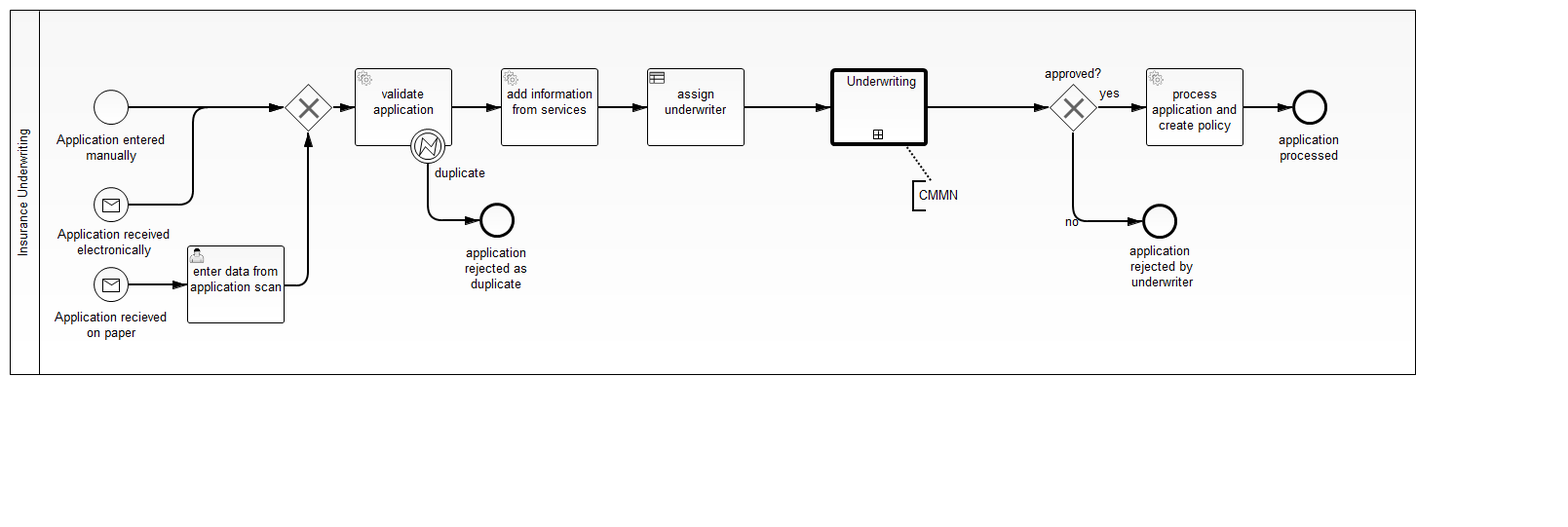
This is showcases/underwriting/src/main/resources/underwriting-process.png from camunda-consulting/camunda-7-code-examples, a BPMN export, as it was before one commit. Its source is kept beside it as showcases/underwriting/src/main/resources/underwriting-process.bpmn. Ids are renumbered.
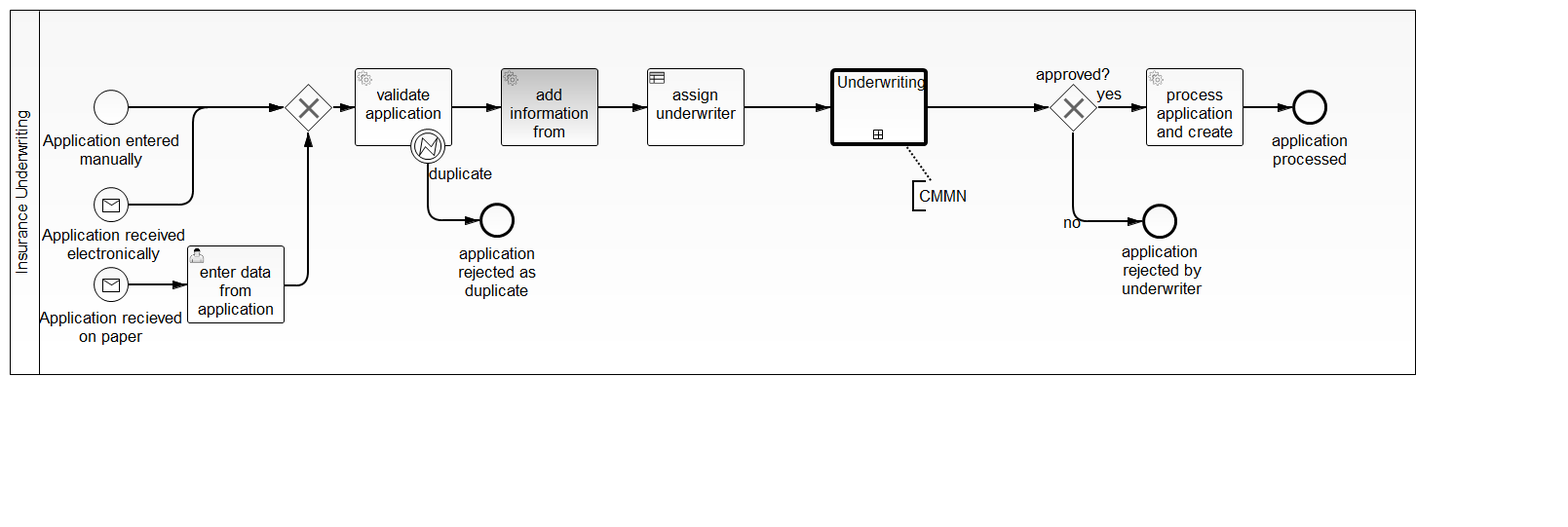
The same diagram one commit later.

Diff of the diagram source:
```diff
@@ -34,7 +34,7 @@
       <bpmn2:incoming>SequenceFlow_6</bpmn2:incoming>
     </bpmn2:endEvent>
     <bpmn2:sequenceFlow id="SequenceFlow_6" name="" sourceRef="BoundaryEvent_1" targetRef="endEventApplicationRejectedDuplicate"/>
-    <bpmn2:serviceTask id="userTaskReviewData" camunda:assignee="demo" camunda:class="com.camunda.demo.underwriting.adapter.LoggerDelegate" name="add information from services">
+    <bpmn2:serviceTask id="userTaskReviewData" camunda:assignee="demo" camunda:class="com.camunda.demo.underwriting.adapter.LoggerDelegate" camunda:async="true" name="add information from services">
       <bpmn2:incoming>SequenceFlow_7</bpmn2:incoming>
       <bpmn2:outgoing>SequenceFlow_8</bpmn2:outgoing>
     </bpmn2:serviceTask>
@@ -71,7 +71,13 @@
     <bpmn2:sequenceFlow id="SequenceFlow_4" name="" sourceRef="ServiceTask_1" targetRef="endEventApplicationProcessed"/>
     <bpmn2:sequenceFlow id="SequenceFlow_14" name="" sourceRef="assignUnderwriter" targetRef="CallActivityCaseUnderwriting"/>
     <bpmn2:sequenceFlow id="SequenceFlow_15" name="" sourceRef="CallActivityCaseUnderwriting" targetRef="ExclusiveGateway_2"/>
-    <bpmn2:startEvent id="StartEvent_1" camunda:formKey="app:new-application.jsf" name="Application entered&#xD;&#xA;manually">
+    <bpmn2:startEvent id="StartEvent_1" name="Application entered&#xD;&#xA;manually">
+      <bpmn2:extensionElements>
+        <camunda:formData>
+          <camunda:formField id="customerName" label="Your Name" type="string"/>
+          <camunda:formField id="customerSmoker" label="Smoker" type="boolean"/>
+        </camunda:formData>
+      </bpmn2:extensionElements>
       <bpmn2:outgoing>SequenceFlow_16</bpmn2:outgoing>
     </bpmn2:startEvent>
     <bpmn2:sequenceFlow id="SequenceFlow_16" name="" sourceRef="StartEvent_1" targetRef="ExclusiveGateway_1"/>
@@ -81,6 +87,8 @@
         <camunda:out source="approved" target="approved"/>
         <camunda:executionListener class="com.camunda.demo.underwriting.listener.CloseCaseInstanceListener" event="end"/>
         <camunda:out sourceExpression="#{execution.caseInstanceId}" target="underwritingCaseInstanceId"/>
+        <camunda:out variables="all"/>
+        <camunda:in variables="all"/>
       </bpmn2:extensionElements>
       <bpmn2:incoming>SequenceFlow_14</bpmn2:incoming>
       <bpmn2:outgoing>SequenceFlow_15</bpmn2:outgoing>
```
